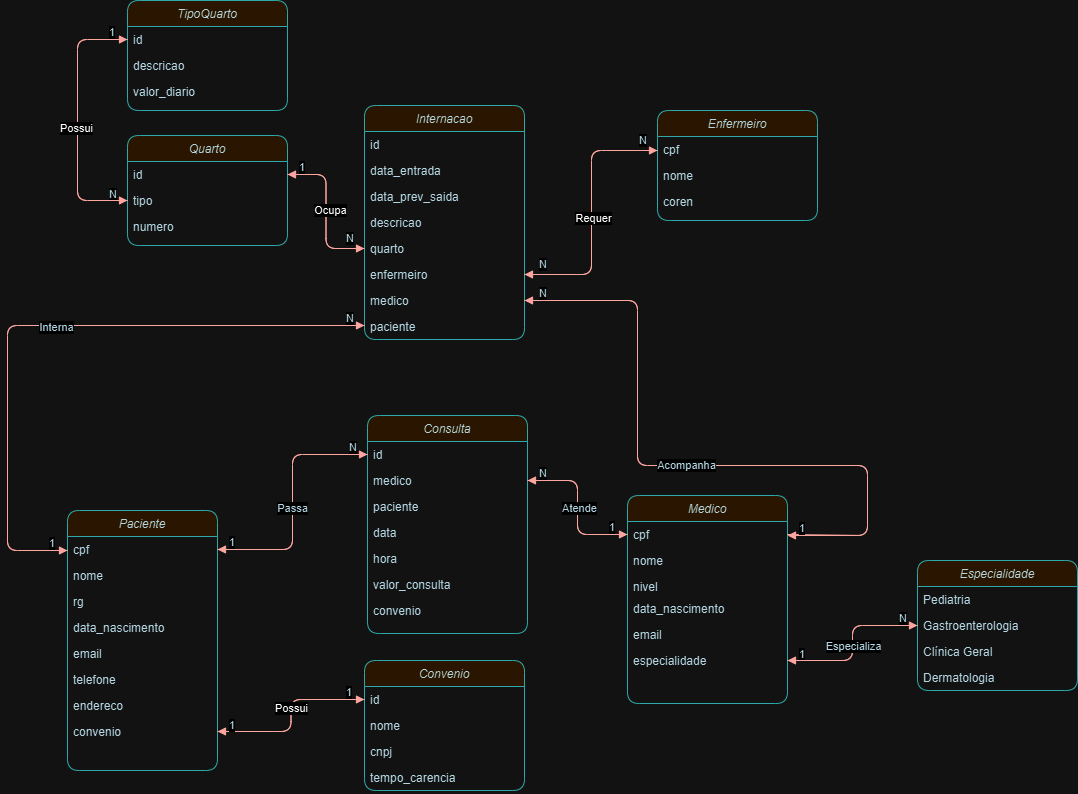
The draw.io diagram SegundaMigracao/Diagrama-MER-Hospital.png in josineudo-arruda/HospitalDatabase, before a commit. Source tidied: cells renumbered, new cells last; positions are measured from the earlier drawing's top-left corner, leaving out a move shared by most shapes.
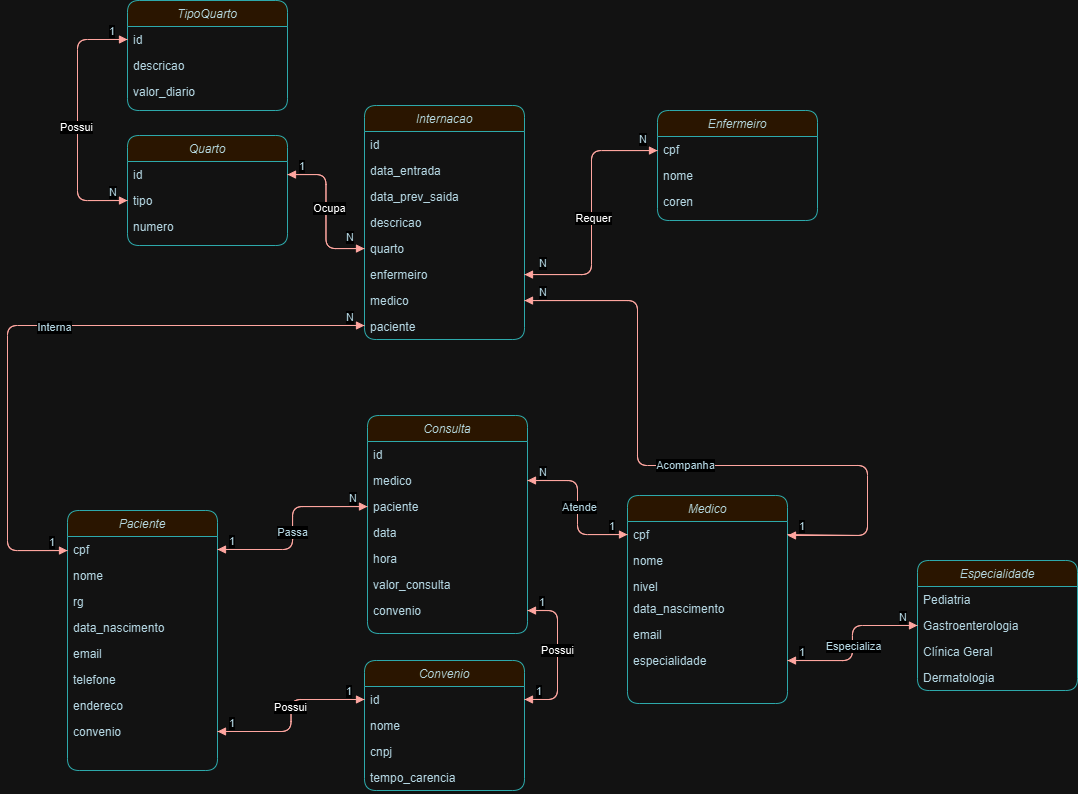
The same diagram one commit later.

The edit, as a diff of the source:
```diff
@@ -128,7 +128,7 @@
     <mxCell id="41" value="Possui" style="edgeLabel;html=1;align=center;verticalAlign=middle;" parent="38" vertex="1">
       <mxGeometry x="0.09" y="1" relative="1" as="geometry" />
     </mxCell>
-    <mxCell id="42" style="endArrow=block;endFill=1;html=1;edgeStyle=orthogonalEdgeStyle;align=left;verticalAlign=top;rounded=1;strokeColor=#A8201A;fontColor=#143642;fillColor=#FAE5C7;" parent="1" edge="1" source="18" target="3">
+    <mxCell id="42" style="endArrow=block;endFill=1;html=1;edgeStyle=orthogonalEdgeStyle;align=left;verticalAlign=top;rounded=1;strokeColor=#A8201A;fontColor=#143642;fillColor=#FAE5C7;" parent="1" edge="1" source="18" target="5">
       <mxGeometry x="-1" relative="1" as="geometry" />
     </mxCell>
     <mxCell id="43" value="1" style="edgeLabel;html=1;align=left;verticalAlign=bottom;rounded=1;strokeColor=#0F8B8D;fontColor=#143642;fillColor=#FAE5C7;" parent="42" vertex="1">
@@ -139,7 +139,7 @@
     <mxCell id="44" style="edgeLabel;html=1;align=center;verticalAlign=middle;rounded=1;strokeColor=#0F8B8D;fontColor=#143642;fillColor=#FAE5C7;" parent="42" vertex="1">
       <mxGeometry x="-0.1" relative="1" as="geometry" />
     </mxCell>
-    <mxCell id="45" style="endArrow=block;endFill=1;html=1;edgeStyle=orthogonalEdgeStyle;align=left;verticalAlign=top;rounded=1;strokeColor=#A8201A;fontColor=#143642;fillColor=#FAE5C7;" parent="1" edge="1" source="3" target="18">
+    <mxCell id="45" style="endArrow=block;endFill=1;html=1;edgeStyle=orthogonalEdgeStyle;align=left;verticalAlign=top;rounded=1;strokeColor=#A8201A;fontColor=#143642;fillColor=#FAE5C7;" parent="1" edge="1" source="5" target="18">
       <mxGeometry x="-1" relative="1" as="geometry" />
     </mxCell>
     <mxCell id="46" value="N" style="edgeLabel;html=1;align=left;verticalAlign=bottom;rounded=1;strokeColor=#0F8B8D;fontColor=#143642;fillColor=#FAE5C7;" parent="45" vertex="1">
@@ -444,5 +444,44 @@
     <mxCell id="120" value="Requer" style="edgeLabel;html=1;align=center;verticalAlign=middle;" parent="116" vertex="1">
       <mxGeometry x="0.04" y="1" relative="1" as="geometry" />
     </mxCell>
+    <mxCell id="121" style="endArrow=block;endFill=1;html=1;edgeStyle=orthogonalEdgeStyle;align=left;verticalAlign=top;rounded=1;strokeColor=#A8201A;fontColor=#143642;fillColor=#FAE5C7;exitX=1;exitY=0.5;exitDx=0;exitDy=0;" parent="1" edge="1" source="9" target="32">
+      <mxGeometry x="-0.02" relative="1" as="geometry">
+        <Array as="points">
+          <mxPoint x="550" y="610" />
+          <mxPoint x="550" y="699" />
+        </Array>
+      </mxGeometry>
+    </mxCell>
+    <mxCell id="122" value="1" style="edgeLabel;html=1;align=left;verticalAlign=bottom;rounded=1;strokeColor=#0F8B8D;fontColor=#143642;fillColor=#FAE5C7;" parent="121" vertex="1">
+      <mxGeometry x="-1" relative="1" as="geometry">
+        <mxPoint x="10" as="offset" />
+      </mxGeometry>
+    </mxCell>
+    <mxCell id="123" style="edgeLabel;html=1;align=center;verticalAlign=middle;rounded=1;strokeColor=#0F8B8D;fontColor=#143642;fillColor=#FAE5C7;" parent="121" vertex="1">
+      <mxGeometry x="-0.3" y="-1" relative="1" as="geometry">
+        <mxPoint y="36" as="offset" />
+      </mxGeometry>
+    </mxCell>
+    <mxCell id="124" style="endArrow=block;endFill=1;html=1;edgeStyle=orthogonalEdgeStyle;align=left;verticalAlign=top;rounded=1;strokeColor=#A8201A;fontColor=#143642;fillColor=#FAE5C7;" parent="1" edge="1" source="32" target="9">
+      <mxGeometry x="-0.02" relative="1" as="geometry">
+        <Array as="points">
+          <mxPoint x="550" y="699" />
+          <mxPoint x="550" y="610" />
+        </Array>
+      </mxGeometry>
+    </mxCell>
+    <mxCell id="125" value="1" style="edgeLabel;html=1;align=left;verticalAlign=bottom;rounded=1;strokeColor=#0F8B8D;fontColor=#143642;fillColor=#FAE5C7;" parent="124" vertex="1">
+      <mxGeometry x="-1" relative="1" as="geometry">
+        <mxPoint x="10" as="offset" />
+      </mxGeometry>
+    </mxCell>
+    <mxCell id="126" style="edgeLabel;html=1;align=center;verticalAlign=middle;rounded=1;strokeColor=#0F8B8D;fontColor=#143642;fillColor=#FAE5C7;" parent="124" vertex="1">
+      <mxGeometry x="-0.3" y="-1" relative="1" as="geometry">
+        <mxPoint y="36" as="offset" />
+      </mxGeometry>
+    </mxCell>
+    <mxCell id="127" value="Possui" style="edgeLabel;html=1;align=center;verticalAlign=middle;" parent="124" vertex="1">
+      <mxGeometry x="0.09" y="1" relative="1" as="geometry" />
+    </mxCell>
   </root>
 </mxGraphModel>
```
